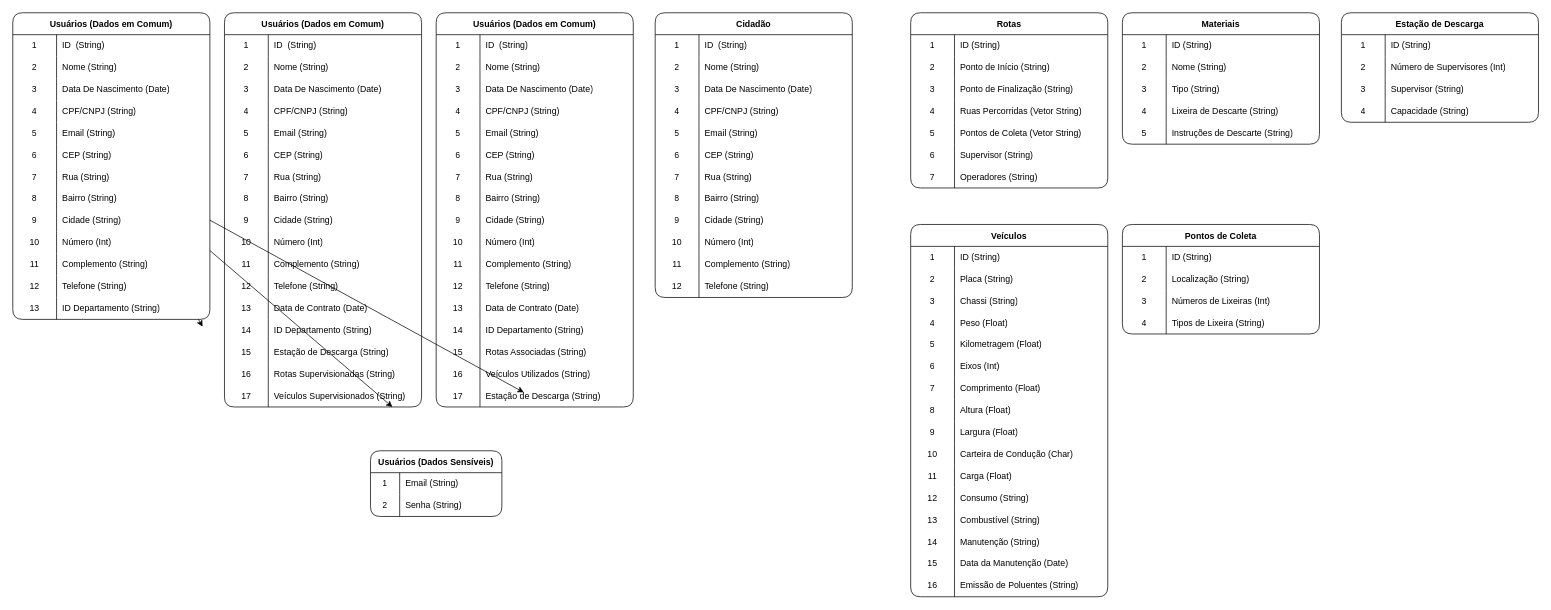
Above: UML/BancoDeDados.drawio in MarceloP25/Sistema-de-Gestao-de-Coleta-de-Lixo-e-Reciclaveis---LPS (draw.io), before the change. Source tidied: cells renumbered, new cells numbered last; positions are measured from the earlier drawing's top-left corner, leaving out a move shared by most shapes. Both pictures are drawn from the tidied source at 73%, with x=0, y=0 at pixel (12, 12).
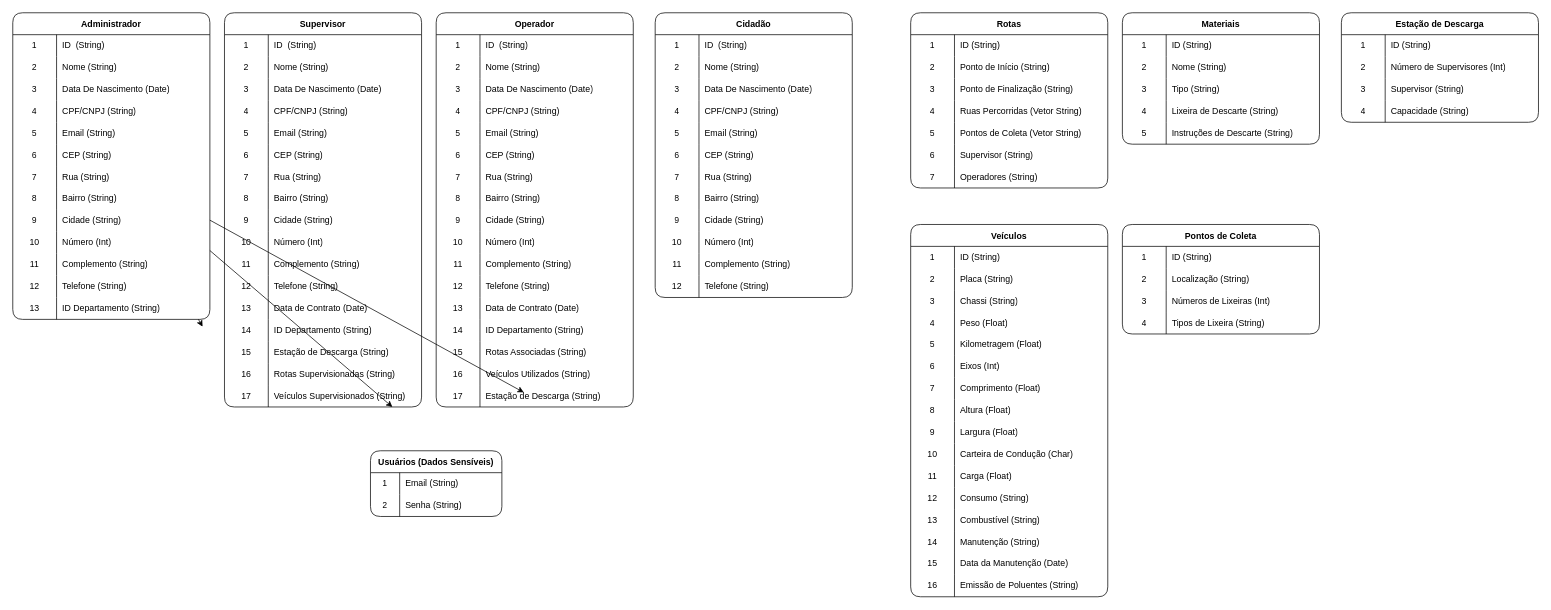
The same page after the edit.

Commit message:
Atualização Diagrama Banco de Dados (Sprint 3)

Change to the diagram source:
```diff
@@
-    <mxCell id="2" value="Usuários (Dados em Comum)" style="shape=table;startSize=30;childLayout=tableLayout;rowLines=0;fontStyle=1;strokeColor=default;swimlaneLine=1;shadow=0;rounded=1;" parent="1" vertex="1">
+    <mxCell id="2" value="Administrador" style="shape=table;startSize=30;childLayout=tableLayout;rowLines=0;fontStyle=1;strokeColor=default;swimlaneLine=1;shadow=0;rounded=1;" parent="1" vertex="1">
       <mxGeometry width="270" height="420" as="geometry" />
     </mxCell>
@@
-    <mxCell id="204" value="Usuários (Dados em Comum)" style="shape=table;startSize=30;childLayout=tableLayout;rowLines=0;fontStyle=1;strokeColor=default;swimlaneLine=1;shadow=0;rounded=1;" parent="1" vertex="1">
+    <mxCell id="204" value="Operador" style="shape=table;startSize=30;childLayout=tableLayout;rowLines=0;fontStyle=1;strokeColor=default;swimlaneLine=1;shadow=0;rounded=1;" parent="1" vertex="1">
       <mxGeometry x="580" width="270" height="540" as="geometry" />
     </mxCell>
@@
-    <mxCell id="256" value="Usuários (Dados em Comum)" style="shape=table;startSize=30;childLayout=tableLayout;rowLines=0;fontStyle=1;strokeColor=default;swimlaneLine=1;shadow=0;rounded=1;" parent="1" vertex="1">
+    <mxCell id="256" value="Supervisor" style="shape=table;startSize=30;childLayout=tableLayout;rowLines=0;fontStyle=1;strokeColor=default;swimlaneLine=1;shadow=0;rounded=1;" parent="1" vertex="1">
       <mxGeometry x="290" width="270" height="540" as="geometry" />
     </mxCell>
```
